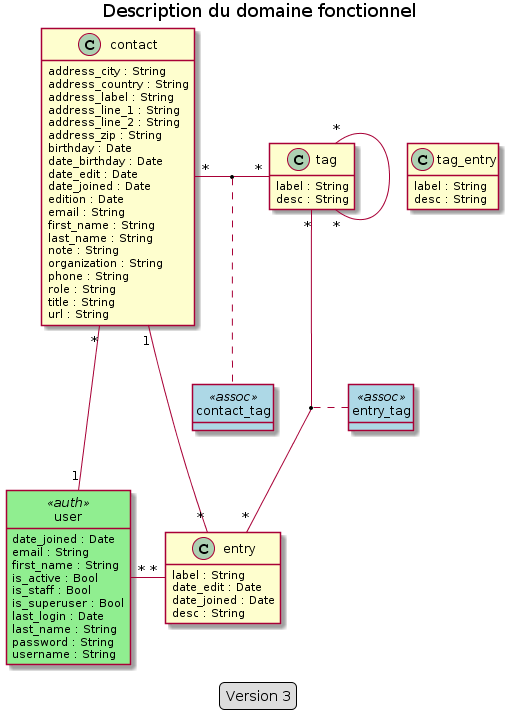
freezed/ocp13 keeps this PlantUML diagram as doc/data_model/functional_model.png. Above is the earlier version.
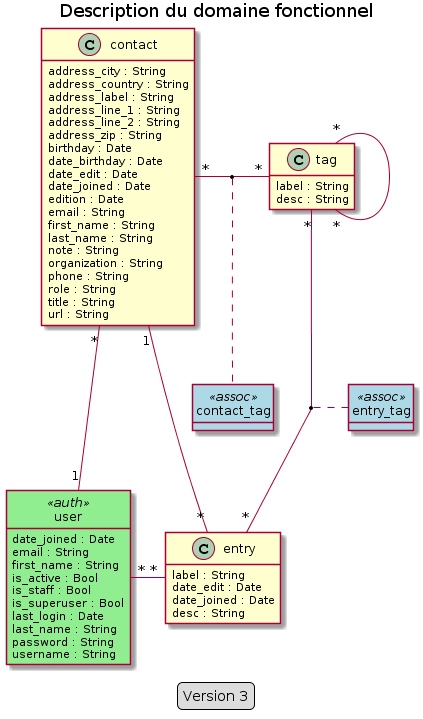
Above is the later version.

Commit message:
Update data model v3 images

What changed in the source:
```diff
@@ -71,11 +71,6 @@
     desc : String
 }
 
-class tag_entry {
-    label : String
-    desc : String
-}
-
 class contact_tag <<assoc>>
 class entry_tag <<assoc>>
 (contact, tag) .. contact_tag
```
